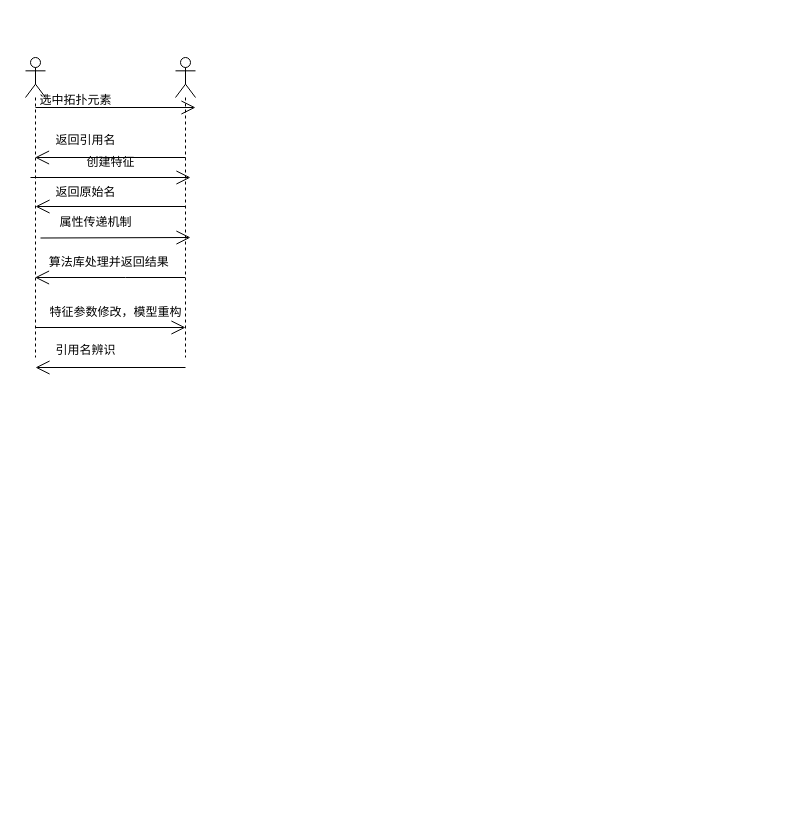
liuhuliuhu123/First-test keeps this draw.io diagram as 算法库与系统交互图真.drawio. Above is the earlier version. Source tidied: cells renumbered, new cells numbered last; positions are measured from the earlier drawing's top-left corner, leaving out a move shared by most shapes. Both pictures are drawn from the tidied source at 100%, with x=0, y=0 at pixel (25, 57).
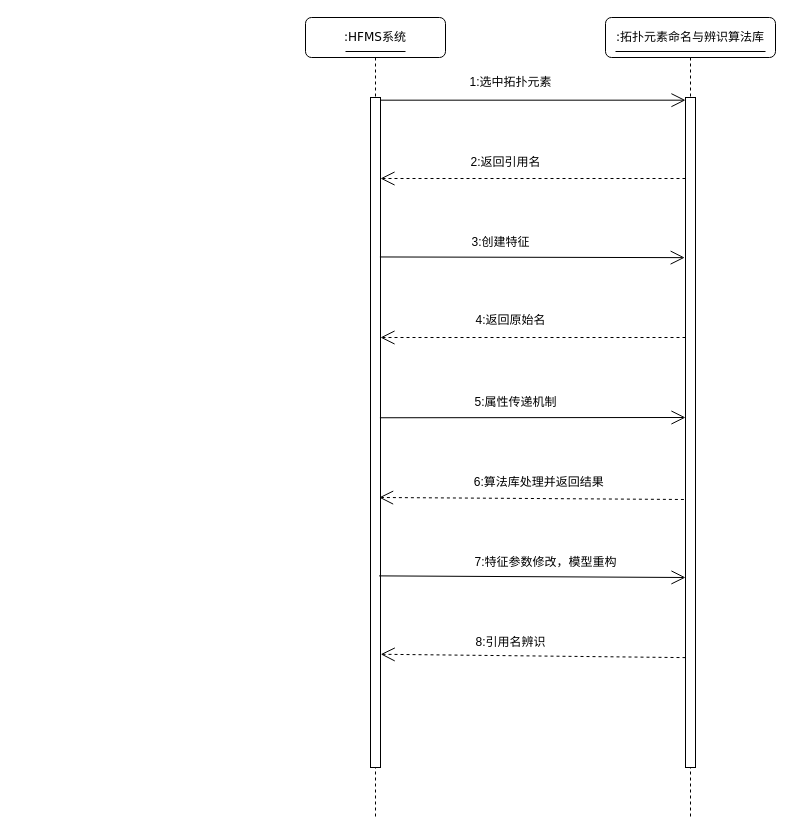
After the change.

Commit message (it also covers changes not shown here):
更新算法库与系统交互图真.drawio

What changed in the source:
```diff
@@
-    <mxCell id="2" style="shape=umlLifeline;perimeter=lifelinePerimeter;whiteSpace=wrap;html=1;outlineConnect=0;portConstraint=eastwest;newEdgeStyle={&quot;curved&quot;:0,&quot;rounded&quot;:0};participant=umlActor;" parent="1" vertex="1">
-      <mxGeometry width="20" height="300" as="geometry" />
-    </mxCell>
-    <mxCell id="3" style="shape=umlLifeline;perimeter=lifelinePerimeter;whiteSpace=wrap;html=1;outlineConnect=0;portConstraint=eastwest;newEdgeStyle={&quot;curved&quot;:0,&quot;rounded&quot;:0};participant=umlActor;" parent="1" vertex="1">
-      <mxGeometry x="150" width="20" height="300" as="geometry" />
-    </mxCell>
-    <mxCell id="4" style="endArrow=open;endFill=1;endSize=12;html=1;rounded=0;" parent="1" edge="1">
-      <mxGeometry relative="1" as="geometry">
-        <mxPoint x="5" y="120" as="sourcePoint" />
-        <mxPoint x="165" y="120" as="targetPoint" />
-      </mxGeometry>
-    </mxCell>
-    <mxCell id="5" style="endArrow=open;endFill=1;endSize=12;html=1;rounded=0;" parent="1" edge="1">
-      <mxGeometry relative="1" as="geometry">
-        <mxPoint x="160" y="149" as="sourcePoint" />
-        <mxPoint x="10" y="149" as="targetPoint" />
-        <Array as="points">
-          <mxPoint x="80.5" y="149" />
-        </Array>
-      </mxGeometry>
-    </mxCell>
-    <mxCell id="6" style="endArrow=open;endFill=1;endSize=12;html=1;rounded=0;" parent="1" edge="1">
-      <mxGeometry relative="1" as="geometry">
-        <mxPoint x="15" y="180.5" as="sourcePoint" />
-        <mxPoint x="165" y="180" as="targetPoint" />
-      </mxGeometry>
-    </mxCell>
-    <mxCell id="7" style="endArrow=open;endFill=1;endSize=12;html=1;rounded=0;" parent="1" edge="1">
-      <mxGeometry relative="1" as="geometry">
-        <mxPoint x="10" y="270" as="sourcePoint" />
-        <mxPoint x="160" y="270" as="targetPoint" />
-      </mxGeometry>
-    </mxCell>
-    <mxCell id="8" style="endArrow=open;endFill=1;endSize=12;html=1;rounded=0;" parent="1" edge="1" source="3" target="2">
-      <mxGeometry relative="1" as="geometry">
-        <Array as="points">
-          <mxPoint x="100" y="220" />
-        </Array>
-      </mxGeometry>
-    </mxCell>
-    <mxCell id="9" value="创建特征" style="text;html=1;align=center;verticalAlign=middle;strokeColor=none;fillColor=none;" parent="1" vertex="1">
-      <mxGeometry x="50" y="90" width="70" height="30" as="geometry" />
+    <mxCell id="9" value="3:创建特征" style="text;html=1;align=center;verticalAlign=middle;strokeColor=none;fillColor=none;" parent="1" vertex="1">
+      <mxGeometry x="435" y="170" width="80" height="30" as="geometry" />
     </mxCell>
-    <mxCell id="10" value="返回原始名" style="text;html=1;align=center;verticalAlign=middle;strokeColor=none;fillColor=none;" parent="1" vertex="1">
-      <mxGeometry x="20" y="120" width="80" height="30" as="geometry" />
+    <mxCell id="10" value="4:返回原始名" style="text;html=1;align=center;verticalAlign=middle;strokeColor=none;fillColor=none;" parent="1" vertex="1">
+      <mxGeometry x="440" y="248" width="90" height="30" as="geometry" />
     </mxCell>
-    <mxCell id="11" value="属性传递机制" style="text;html=1;align=center;verticalAlign=middle;strokeColor=none;fillColor=none;" parent="1" vertex="1">
-      <mxGeometry x="20" y="150" width="100" height="30" as="geometry" />
+    <mxCell id="11" value="5:属性传递机制" style="text;html=1;align=center;verticalAlign=middle;strokeColor=none;fillColor=none;" parent="1" vertex="1">
+      <mxGeometry x="435" y="330" width="110" height="30" as="geometry" />
     </mxCell>
-    <mxCell id="12" value="算法库处理并返回结果&amp;nbsp;" style="text;html=1;align=center;verticalAlign=middle;strokeColor=none;fillColor=none;" parent="1" vertex="1">
-      <mxGeometry x="10" y="190" width="150" height="30" as="geometry" />
+    <mxCell id="12" value="6:算法库处理并返回结果&amp;nbsp;" style="text;html=1;align=center;verticalAlign=middle;strokeColor=none;fillColor=none;" parent="1" vertex="1">
+      <mxGeometry x="435" y="409.5" width="160" height="30" as="geometry" />
     </mxCell>
-    <mxCell id="13" value="特征参数修改，模型重构" style="text;html=1;align=center;verticalAlign=middle;strokeColor=none;fillColor=none;" parent="1" vertex="1">
-      <mxGeometry x="10" y="240" width="160" height="30" as="geometry" />
+    <mxCell id="13" value="7:特征参数修改，模型重构" style="text;html=1;align=center;verticalAlign=middle;strokeColor=none;fillColor=none;" parent="1" vertex="1">
+      <mxGeometry x="435" y="490" width="170" height="30" as="geometry" />
     </mxCell>
-    <mxCell id="14" style="endArrow=open;endFill=1;endSize=12;html=1;rounded=0;" parent="1" edge="1">
-      <mxGeometry relative="1" as="geometry">
-        <mxPoint x="160" y="310" as="sourcePoint" />
-        <mxPoint x="10" y="310" as="targetPoint" />
-      </mxGeometry>
-    </mxCell>
-    <mxCell id="15" value="引用名辨识" style="text;html=1;align=center;verticalAlign=middle;strokeColor=none;fillColor=none;" parent="1" vertex="1">
-      <mxGeometry x="20" y="278" width="80" height="30" as="geometry" />
+    <mxCell id="15" value="8:引用名辨识" style="text;html=1;align=center;verticalAlign=middle;strokeColor=none;fillColor=none;" parent="1" vertex="1">
+      <mxGeometry x="440" y="570" width="90" height="30" as="geometry" />
     </mxCell>
-    <mxCell id="16" style="endArrow=open;endFill=1;endSize=12;html=1;rounded=0;" parent="1" edge="1">
-      <mxGeometry relative="1" as="geometry">
-        <mxPoint x="10" y="50" as="sourcePoint" />
-        <mxPoint x="170" y="50" as="targetPoint" />
-      </mxGeometry>
+    <mxCell id="16" style="endArrow=open;endFill=1;endSize=12;html=1;rounded=0;entryX=0;entryY=0.004;entryDx=0;entryDy=0;entryPerimeter=0;" parent="1" edge="1" source="20" target="25">
+      <mxGeometry relative="1" as="geometry" />
     </mxCell>
-    <mxCell id="17" value="选中拓扑元素" style="text;html=1;align=center;verticalAlign=middle;strokeColor=none;fillColor=none;" parent="1" vertex="1">
-      <mxGeometry y="28" width="100" height="30" as="geometry" />
+    <mxCell id="17" value="1:选中拓扑元素" style="text;html=1;align=center;verticalAlign=middle;strokeColor=none;fillColor=none;" parent="1" vertex="1">
+      <mxGeometry x="430" y="10" width="110" height="30" as="geometry" />
     </mxCell>
-    <mxCell id="18" style="endArrow=open;endFill=1;endSize=12;html=1;rounded=0;" parent="1" edge="1" target="2">
-      <mxGeometry relative="1" as="geometry">
-        <mxPoint x="160" y="100" as="sourcePoint" />
-      </mxGeometry>
-    </mxCell>
-    <mxCell id="19" value="返回引用名" style="text;html=1;align=center;verticalAlign=middle;strokeColor=none;fillColor=none;" parent="1" vertex="1">
-      <mxGeometry x="20" y="68" width="80" height="30" as="geometry" />
+    <mxCell id="19" value="2:返回引用名" style="text;html=1;align=center;verticalAlign=middle;strokeColor=none;fillColor=none;" parent="1" vertex="1">
+      <mxGeometry x="435" y="90" width="90" height="30" as="geometry" />
     </mxCell>
+    <mxCell id="20" value=":HFMS系统" style="shape=umlLifeline;perimeter=lifelinePerimeter;whiteSpace=wrap;html=1;outlineConnect=0;rounded=1;shadow=0;comic=0;labelBackgroundColor=none;strokeWidth=1;fontFamily=Verdana;fontSize=12;align=center;" parent="1" vertex="1">
+      <mxGeometry x="280" y="-40" width="140" height="800" as="geometry" />
+    </mxCell>
+    <mxCell id="21" style="html=1;points=[];perimeter=orthogonalPerimeter;rounded=0;shadow=0;comic=0;labelBackgroundColor=none;strokeWidth=1;fontFamily=Verdana;fontSize=12;align=center;" parent="20" vertex="1">
+      <mxGeometry x="65" y="80" width="10" height="670" as="geometry" />
+    </mxCell>
+    <mxCell id="22" style="line;strokeWidth=1;fillColor=none;align=left;verticalAlign=middle;spacingTop=-1;spacingLeft=3;spacingRight=3;labelPosition=right;strokeColor=inherit;" parent="20" vertex="1">
+      <mxGeometry x="40" y="30" width="60" height="8" as="geometry" />
+    </mxCell>
+    <mxCell id="23" style="endArrow=open;endFill=1;endSize=12;html=1;rounded=0;dashed=1;" parent="20" edge="1">
+      <mxGeometry relative="1" as="geometry">
+        <mxPoint x="380" y="320" as="sourcePoint" />
+        <mxPoint x="75" y="320" as="targetPoint" />
+      </mxGeometry>
+    </mxCell>
+    <mxCell id="24" value=":拓扑元素命名与辨识算法库" style="shape=umlLifeline;perimeter=lifelinePerimeter;whiteSpace=wrap;html=1;rounded=1;shadow=0;comic=0;labelBackgroundColor=none;strokeWidth=1;fontFamily=Verdana;fontSize=12;align=center;" parent="1" vertex="1">
+      <mxGeometry x="580" y="-40" width="170" height="800" as="geometry" />
+    </mxCell>
+    <mxCell id="25" style="html=1;points=[];perimeter=orthogonalPerimeter;rounded=0;shadow=0;comic=0;labelBackgroundColor=none;strokeWidth=1;fontFamily=Verdana;fontSize=12;align=center;" parent="24" vertex="1">
+      <mxGeometry x="80" y="80" width="10" height="670" as="geometry" />
+    </mxCell>
+    <mxCell id="26" style="line;strokeWidth=1;fillColor=none;align=left;verticalAlign=middle;spacingTop=-1;spacingLeft=3;spacingRight=3;labelPosition=right;strokeColor=inherit;" parent="24" vertex="1">
+      <mxGeometry x="10" y="30" width="150" height="8" as="geometry" />
+    </mxCell>
+    <mxCell id="27" style="endArrow=open;endFill=1;endSize=12;html=1;rounded=0;dashed=1;" parent="1" edge="1" target="21">
+      <mxGeometry relative="1" as="geometry">
+        <mxPoint x="660" y="121" as="sourcePoint" />
+      </mxGeometry>
+    </mxCell>
+    <mxCell id="28" style="endArrow=open;endFill=1;endSize=12;html=1;rounded=0;entryX=-0.08;entryY=0.239;entryDx=0;entryDy=0;entryPerimeter=0;exitX=0.94;exitY=0.238;exitDx=0;exitDy=0;exitPerimeter=0;" parent="1" edge="1" source="21" target="25">
+      <mxGeometry relative="1" as="geometry" />
+    </mxCell>
+    <mxCell id="29" style="endArrow=open;endFill=1;endSize=12;html=1;rounded=0;exitX=0.94;exitY=0.478;exitDx=0;exitDy=0;exitPerimeter=0;" parent="1" edge="1" source="21">
+      <mxGeometry relative="1" as="geometry">
+        <mxPoint x="660" y="360" as="targetPoint" />
+      </mxGeometry>
+    </mxCell>
+    <mxCell id="30" style="endArrow=open;endFill=1;endSize=12;html=1;rounded=0;dashed=1;exitX=-0.16;exitY=0.6;exitDx=0;exitDy=0;exitPerimeter=0;entryX=0.86;entryY=0.597;entryDx=0;entryDy=0;entryPerimeter=0;" parent="1" edge="1" source="25" target="21">
+      <mxGeometry relative="1" as="geometry" />
+    </mxCell>
+    <mxCell id="31" style="endArrow=open;endFill=1;endSize=12;html=1;rounded=0;exitX=0.86;exitY=0.714;exitDx=0;exitDy=0;exitPerimeter=0;" parent="1" edge="1" source="21">
+      <mxGeometry relative="1" as="geometry">
+        <mxPoint x="660" y="520" as="targetPoint" />
+      </mxGeometry>
+    </mxCell>
+    <mxCell id="32" style="endArrow=open;endFill=1;endSize=12;html=1;rounded=0;dashed=1;exitX=0;exitY=0.836;exitDx=0;exitDy=0;exitPerimeter=0;entryX=1.02;entryY=0.831;entryDx=0;entryDy=0;entryPerimeter=0;" parent="1" edge="1" source="25" target="21">
+      <mxGeometry relative="1" as="geometry" />
+    </mxCell>
```
